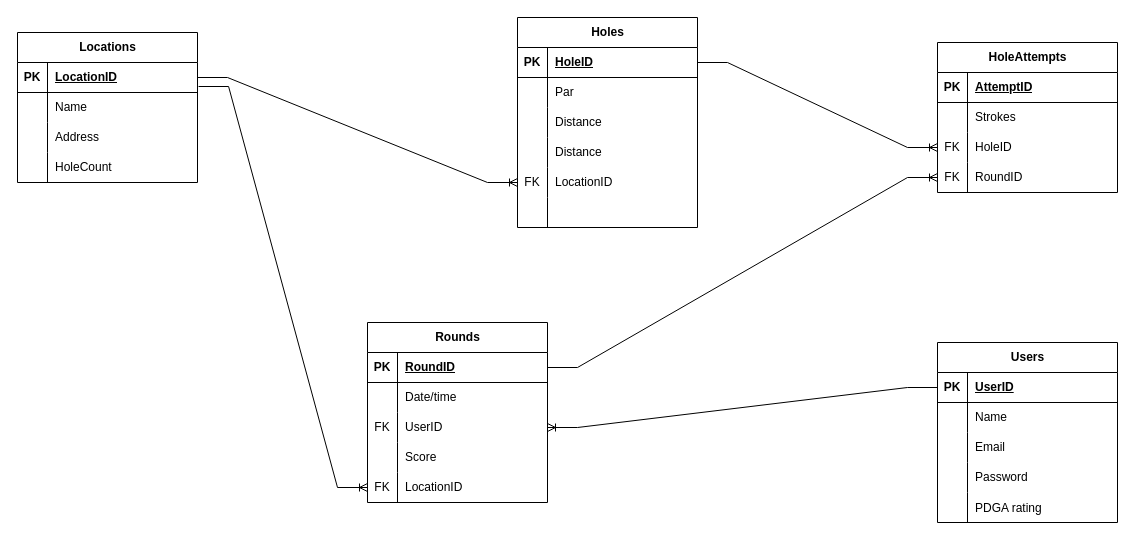
The draw.io diagram U-disc-clone-db-schema.drawio in papplescauc/My_Disc, before the edit. Source tidied: cells renumbered, new cells numbered last; positions are measured from the earlier drawing's top-left corner, leaving out a move shared by most shapes. Both pictures are drawn from the tidied source at 100%, with x=0, y=0 at pixel (17, 17).
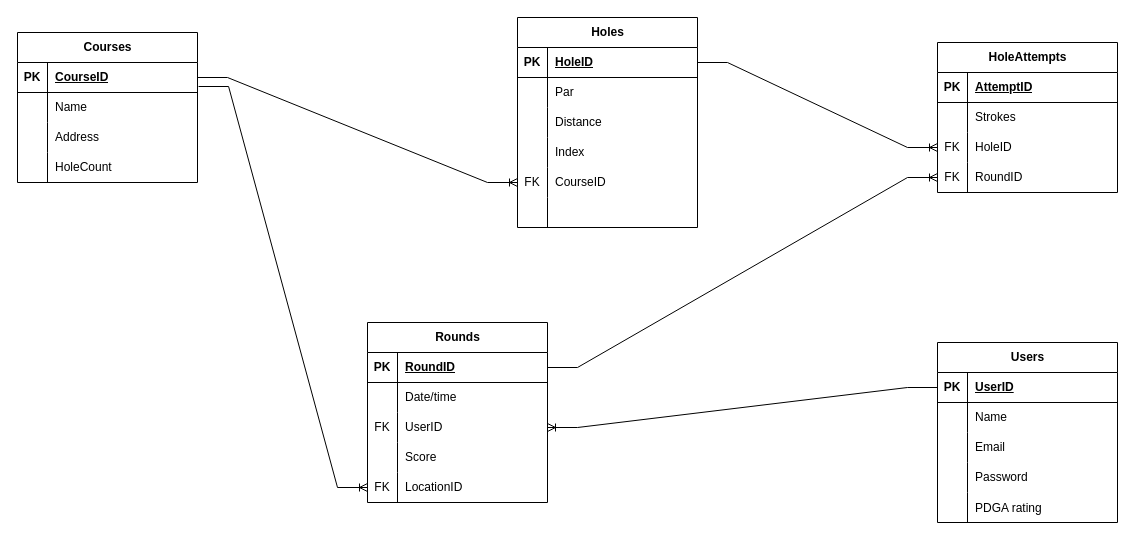
After the change.

Commit message (it also covers changes not shown here):
updated database schema

Unchanged cells that the change refers to:
```xml
<mxCell id="3" style="shape=tableRow;horizontal=0;startSize=0;swimlaneHead=0;swimlaneBody=0;fillColor=none;points=[[0,0.5],[1,0.5]];portConstraint=eastwest;top=0;left=0;right=0;bottom=1;" parent="2" vertex="1">
  <mxGeometry y="30" width="180" height="30" as="geometry" />
</mxCell>
<mxCell id="25" style="shape=tableRow;horizontal=0;startSize=0;swimlaneHead=0;swimlaneBody=0;fillColor=none;top=0;left=0;right=0;bottom=0;" parent="15" vertex="1">
  <mxGeometry y="120" width="180" height="30" as="geometry" />
</mxCell>
<mxCell id="28" style="shape=tableRow;horizontal=0;startSize=0;swimlaneHead=0;swimlaneBody=0;fillColor=none;points=[[0,0.5],[1,0.5]];portConstraint=eastwest;top=0;left=0;right=0;bottom=0;" parent="15" vertex="1">
  <mxGeometry y="150" width="180" height="30" as="geometry" />
</mxCell>
```

What changed in the source:
```diff
@@
-    <mxCell id="2" value="Locations" style="shape=table;startSize=30;childLayout=tableLayout;rowLines=0;fontStyle=1;align=center;html=1;" parent="1" vertex="1">
+    <mxCell id="2" value="Courses" style="shape=table;startSize=30;childLayout=tableLayout;rowLines=0;fontStyle=1;align=center;html=1;" parent="1" vertex="1">
       <mxGeometry y="15" width="180" height="150" as="geometry" />
     </mxCell>
@@
-    <mxCell id="5" value="LocationID" style="shape=partialRectangle;fillColor=none;top=0;left=0;bottom=0;right=0;align=left;spacingLeft=6;fontStyle=5;overflow=hidden;whiteSpace=wrap;html=1;" parent="3" vertex="1">
+    <mxCell id="5" value="CourseID" style="shape=partialRectangle;fillColor=none;top=0;left=0;bottom=0;right=0;align=left;spacingLeft=6;fontStyle=5;overflow=hidden;whiteSpace=wrap;html=1;" parent="3" vertex="1">
       <mxGeometry x="30" width="150" height="30" as="geometry" />
     </mxCell>
@@
-    <mxCell id="27" value="Distance" style="shape=partialRectangle;fillColor=none;top=0;left=0;bottom=0;right=0;align=left;spacingLeft=6;overflow=hidden;whiteSpace=wrap;html=1;" parent="25" vertex="1">
+    <mxCell id="27" value="Index" style="shape=partialRectangle;fillColor=none;top=0;left=0;bottom=0;right=0;align=left;spacingLeft=6;overflow=hidden;whiteSpace=wrap;html=1;" parent="25" vertex="1">
       <mxGeometry x="30" width="150" height="30" as="geometry" />
     </mxCell>
@@
-    <mxCell id="30" value="LocationID" style="shape=partialRectangle;fillColor=none;top=0;left=0;bottom=0;right=0;align=left;spacingLeft=6;fontStyle=0;overflow=hidden;whiteSpace=wrap;html=1;" parent="28" vertex="1">
+    <mxCell id="30" value="CourseID" style="shape=partialRectangle;fillColor=none;top=0;left=0;bottom=0;right=0;align=left;spacingLeft=6;fontStyle=0;overflow=hidden;whiteSpace=wrap;html=1;" parent="28" vertex="1">
       <mxGeometry x="30" width="150" height="30" as="geometry" />
     </mxCell>
```
